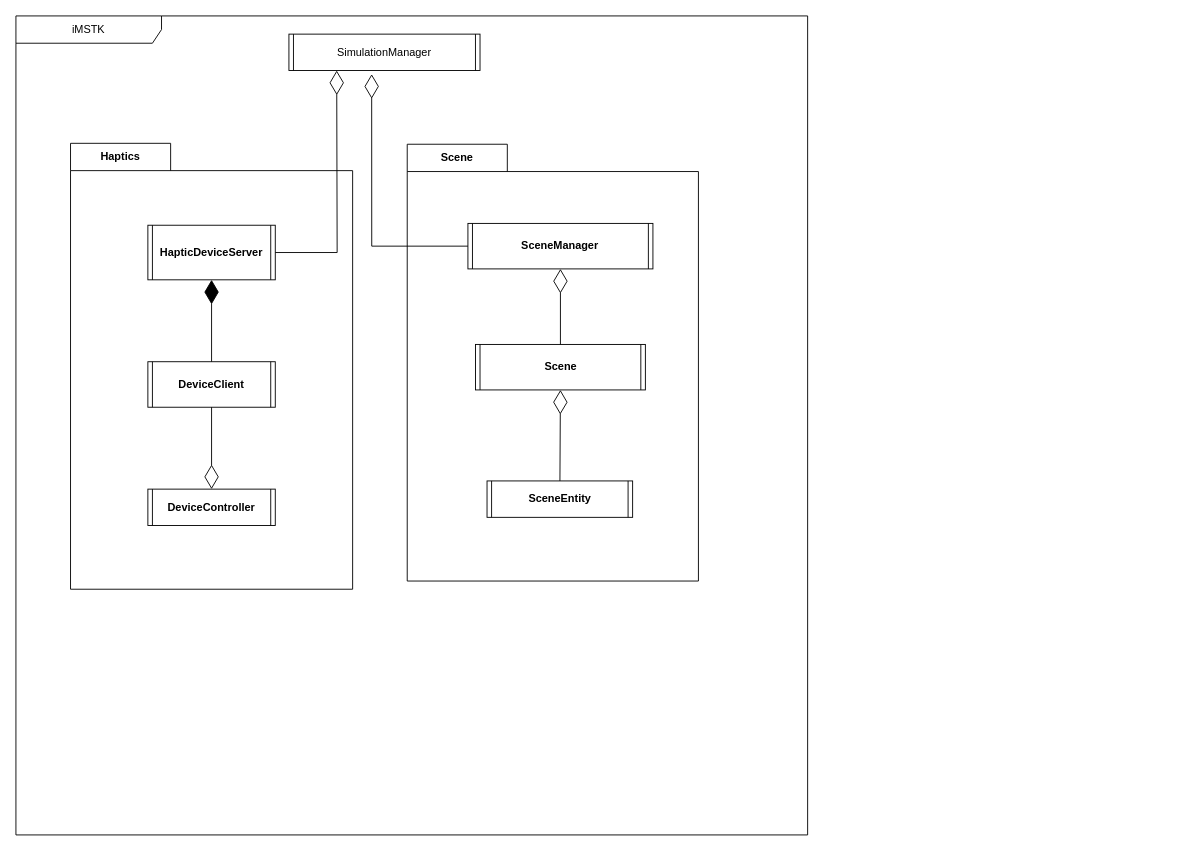
robotics-intelligent-systems/jfxrss keeps this draw.io diagram as CAS/Drawio/Simulation-Manager.drawio. Above is the earlier version. Source tidied: cells renumbered, new cells numbered last; positions are measured from the earlier drawing's top-left corner, leaving out a move shared by most shapes. Both pictures are drawn from the tidied source at 91%, with x=0, y=0 at pixel (15, 15).
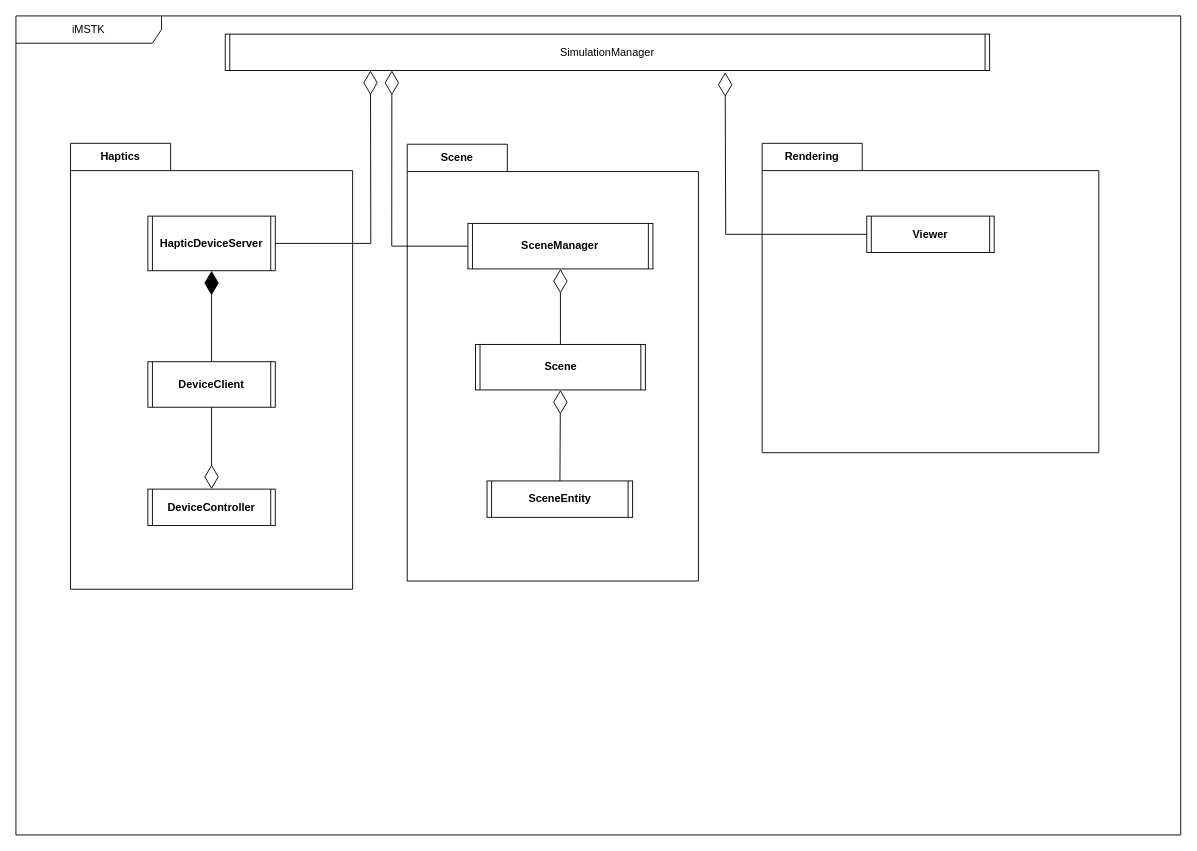
Above is the later version.

Commit message:
[fix] Including viewer classifier

The change refers to these unchanged cells:
```xml
<mxCell id="3" value="Haptics" style="shape=folder;fontStyle=1;tabWidth=110;tabHeight=30;tabPosition=left;html=1;boundedLbl=1;labelInHeader=1;whiteSpace=wrap;" parent="2" vertex="1">
  <mxGeometry x="60" y="140" width="310" height="490" as="geometry" />
</mxCell>
<mxCell id="10" value="SceneManager" style="shape=process2;fixedSize=1;size=5;fontStyle=1;html=1;whiteSpace=wrap;" parent="9" vertex="1">
  <mxGeometry x="66.7" y="87" width="203.3" height="50" as="geometry" />
</mxCell>
```

The edit, as a diff of the source:
```diff
@@
     <mxCell id="2" value="iMSTK" style="shape=umlFrame;whiteSpace=wrap;html=1;width=160;" parent="1" vertex="1">
-      <mxGeometry width="870" height="900" as="geometry" />
+      <mxGeometry width="1280" height="900" as="geometry" />
     </mxCell>
@@
     <mxCell id="4" value="HapticDeviceServer" style="shape=process2;fixedSize=1;size=5;fontStyle=1;html=1;whiteSpace=wrap;" parent="3" vertex="1">
-      <mxGeometry x="85" y="90" width="140" height="60" as="geometry" />
+      <mxGeometry x="85" y="80" width="140" height="60" as="geometry" />
     </mxCell>
@@
     <mxCell id="15" value="&lt;span style=&quot;font-weight: 400;&quot;&gt;SimulationManager&lt;/span&gt;" style="shape=process2;fixedSize=1;size=5;fontStyle=1;html=1;whiteSpace=wrap;" parent="2" vertex="1">
-      <mxGeometry x="300" y="20" width="210" height="40" as="geometry" />
+      <mxGeometry x="230" y="20" width="840" height="40" as="geometry" />
     </mxCell>
-    <mxCell id="16" style="endArrow=diamondThin;endFill=0;endSize=24;html=1;rounded=0;exitX=1;exitY=0.5;exitDx=0;exitDy=0;entryX=0.25;entryY=1;entryDx=0;entryDy=0;" parent="2" edge="1" source="4" target="15">
+    <mxCell id="16" style="endArrow=diamondThin;endFill=0;endSize=24;html=1;rounded=0;exitX=1;exitY=0.5;exitDx=0;exitDy=0;entryX=0.19;entryY=1;entryDx=0;entryDy=0;entryPerimeter=0;" parent="2" edge="1" source="4" target="15">
       <mxGeometry relative="1" as="geometry">
         <Array as="points">
-          <mxPoint x="353" y="260" />
+          <mxPoint x="390" y="250" />
         </Array>
       </mxGeometry>
     </mxCell>
-    <mxCell id="17" style="endArrow=diamondThin;endFill=0;endSize=24;html=1;rounded=0;entryX=0.433;entryY=1.1;entryDx=0;entryDy=0;entryPerimeter=0;exitX=0;exitY=0.5;exitDx=0;exitDy=0;" parent="2" edge="1" source="10" target="15">
+    <mxCell id="17" style="endArrow=diamondThin;endFill=0;endSize=24;html=1;rounded=0;entryX=0.218;entryY=1;entryDx=0;entryDy=0;entryPerimeter=0;exitX=0;exitY=0.5;exitDx=0;exitDy=0;" parent="2" edge="1" source="10" target="15">
       <mxGeometry relative="1" as="geometry">
         <Array as="points">
-          <mxPoint x="391" y="253" />
+          <mxPoint x="413" y="253" />
         </Array>
       </mxGeometry>
     </mxCell>
+    <mxCell id="18" value="Rendering" style="shape=folder;fontStyle=1;tabWidth=110;tabHeight=30;tabPosition=left;html=1;boundedLbl=1;labelInHeader=1;whiteSpace=wrap;" parent="2" vertex="1">
+      <mxGeometry x="820" y="140" width="370" height="340" as="geometry" />
+    </mxCell>
+    <mxCell id="19" value="Viewer" style="shape=process2;fixedSize=1;size=5;fontStyle=1;html=1;whiteSpace=wrap;" parent="18" vertex="1">
+      <mxGeometry x="115" y="80" width="140" height="40" as="geometry" />
+    </mxCell>
+    <mxCell id="20" style="endArrow=diamondThin;endFill=0;endSize=24;html=1;rounded=0;entryX=0.654;entryY=1.05;entryDx=0;entryDy=0;entryPerimeter=0;exitX=0;exitY=0.5;exitDx=0;exitDy=0;" parent="2" edge="1" source="19" target="15">
+      <mxGeometry relative="1" as="geometry">
+        <Array as="points">
+          <mxPoint x="780" y="240" />
+        </Array>
+      </mxGeometry>
+    </mxCell>
```
